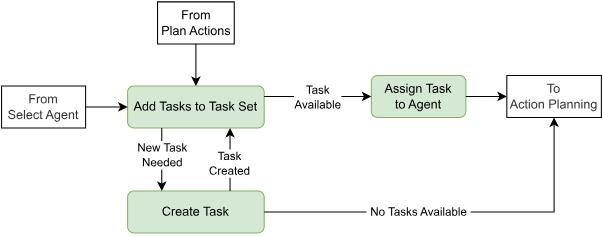
TWCCarlson/FleetBench keeps this draw.io diagram as Thesis/taskmanagementoverview.svg. Above is the earlier version. Source tidied: cells renumbered, new cells last; positions are measured from the earlier drawing's top-left corner, leaving out a move shared by most shapes.
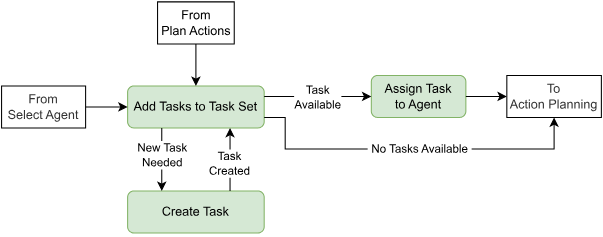
Later version of the same file.

What changed in the source:
```diff
@@ -47,15 +47,19 @@
     <mxCell id="14" value="To&lt;br&gt;Action Planning" style="text;html=1;strokeColor=#000000;fillColor=#FFFFFF;align=center;verticalAlign=middle;whiteSpace=wrap;rounded=0;fontColor=#333333;" parent="1" vertex="1">
       <mxGeometry x="481" y="70" width="90" height="40" as="geometry" />
     </mxCell>
-    <mxCell id="15" style="endArrow=classic;html=1;rounded=0;exitX=1;exitY=0.5;exitDx=0;exitDy=0;entryX=0.5;entryY=1;entryDx=0;entryDy=0;" parent="1" edge="1" source="8" target="14">
+    <mxCell id="15" style="endArrow=classic;html=1;rounded=0;exitX=1;exitY=0.75;exitDx=0;exitDy=0;entryX=0.5;entryY=1;entryDx=0;entryDy=0;" parent="1" edge="1" source="3" target="14">
       <mxGeometry relative="1" as="geometry">
         <Array as="points">
-          <mxPoint x="526" y="200" />
+          <mxPoint x="270" y="110" />
+          <mxPoint x="270" y="140" />
+          <mxPoint x="526" y="140" />
         </Array>
       </mxGeometry>
     </mxCell>
     <mxCell id="16" value="&amp;nbsp;No Tasks Available&amp;nbsp;" style="edgeLabel;html=1;align=center;verticalAlign=middle;" parent="15" vertex="1">
-      <mxGeometry x="-0.2" y="1" relative="1" as="geometry" />
+      <mxGeometry x="-0.2" y="1" relative="1" as="geometry">
+        <mxPoint x="43" as="offset" />
+      </mxGeometry>
     </mxCell>
     <mxCell id="17" value="From&lt;br&gt;Plan Actions" style="rounded=0;whiteSpace=wrap;html=1;" parent="1" vertex="1">
       <mxGeometry x="148.5" width="73" height="40" as="geometry" />
```
